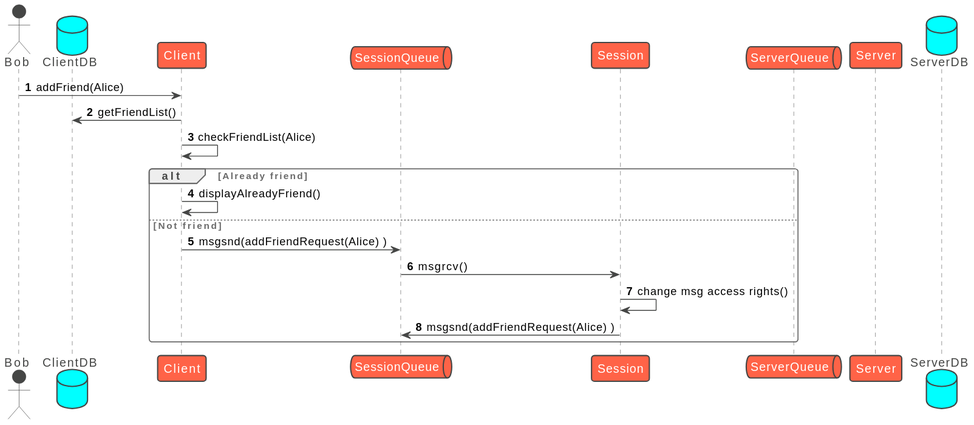
Before: out/addFriend.svg, a diagram exported from PlantUML (mchlebosz/IPC-Chat-Service).
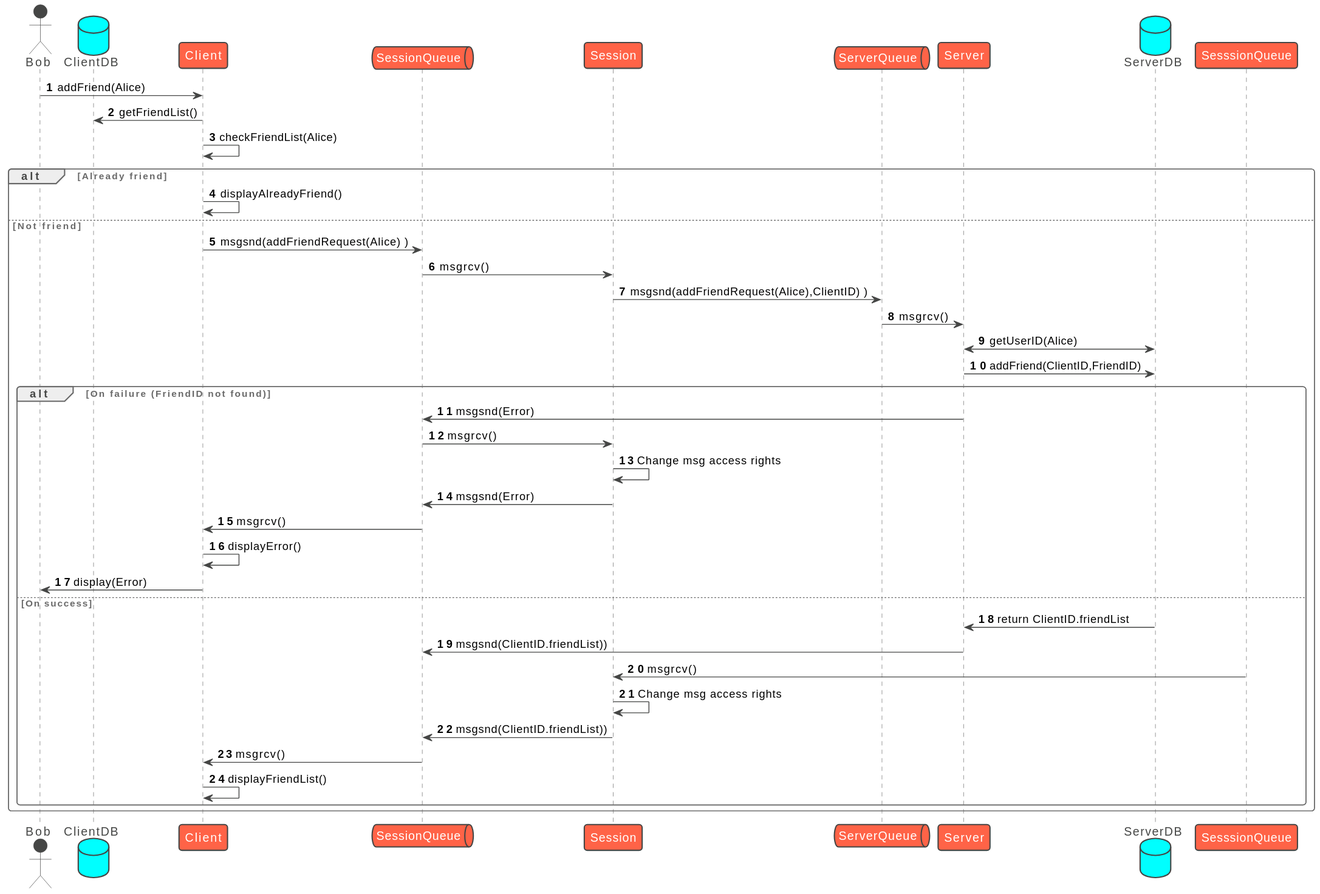
The same file after the commit.

What changed in the source:
```diff
@@ -15,15 +15,32 @@
 User -> Client : addFriend(Alice)
 Client -> ClientDB : getFriendList()
 Client -> Client : checkFriendList(Alice)
+
 alt Already friend
     Client -> Client : displayAlreadyFriend()
 else Not friend
     Client -> SessionQueue : msgsnd(addFriendRequest(Alice) )
     SessionQueue -> Session : msgrcv()
-    Session -> Session : change msg access rights()
-    Session -> SessionQueue : msgsnd(addFriendRequest(Alice) )
-
-
-
+    Session -> ServerQueue : msgsnd(addFriendRequest(Alice),ClientID) )
+    ServerQueue -> Server : msgrcv()
+    Server <-> ServerDB : getUserID(Alice)
+    Server -> ServerDB : addFriend(ClientID,FriendID)
+    alt On failure (FriendID not found)
+        Server -> SessionQueue : msgsnd(Error)
+        SessionQueue -> Session : msgrcv()
+        Session -> Session: Change msg access rights
+        Session -> SessionQueue : msgsnd(Error)
+        SessionQueue -> Client : msgrcv()
+        Client -> Client : displayError()
+        Client -> User : display(Error)
+    else On success
+        ServerDB -> Server : return ClientID.friendList
+        Server -> SessionQueue : msgsnd(ClientID.friendList))
+        SesssionQueue -> Session : msgrcv()
+        Session -> Session: Change msg access rights
+        Session -> SessionQueue : msgsnd(ClientID.friendList))
+        SessionQueue -> Client : msgrcv()
+        Client -> Client : displayFriendList()
+    end
 end
 @enduml
```
